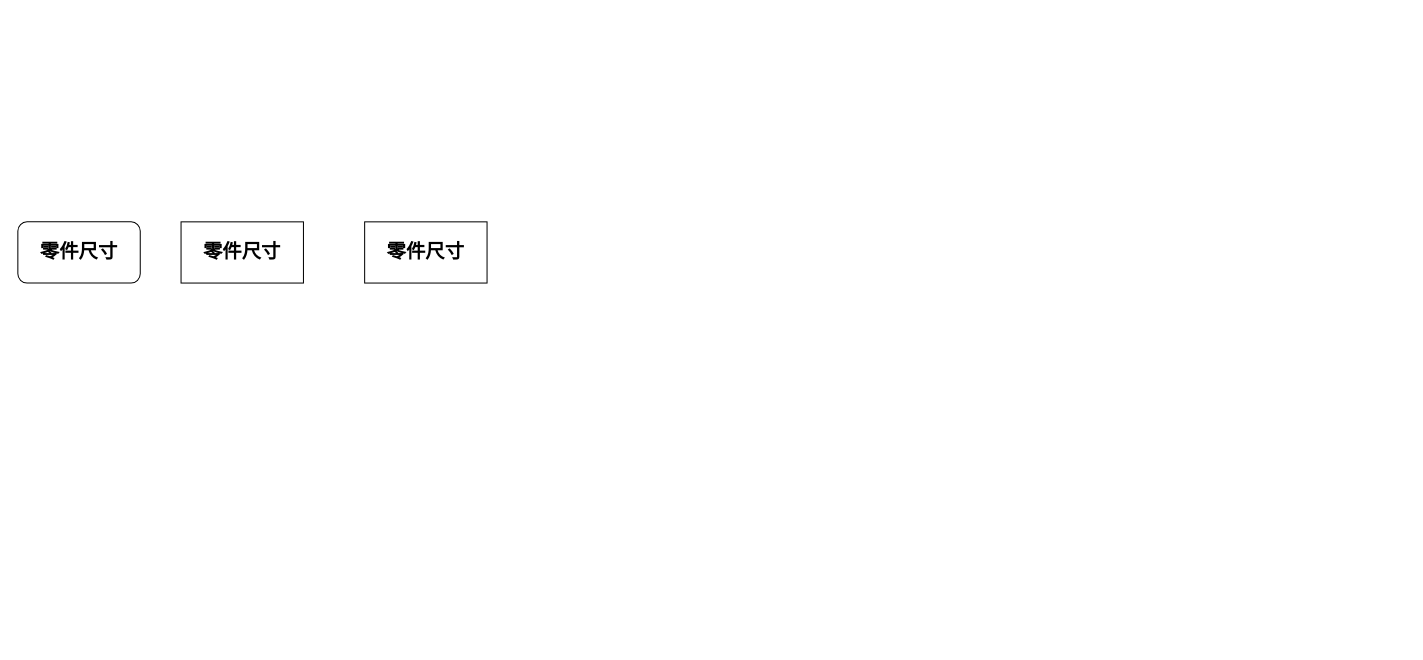
This is page "第 2 页" (2 of 2) of Untitled Diagram.drawio from YJXDL/Diagrams, a draw.io file, before an edit. Source tidied: cells renumbered, new cells numbered last; positions are measured from the earlier drawing's top-left corner, leaving out a move shared by most shapes. Both pictures are drawn from the tidied source at 102%, with x=0, y=0 at pixel (17, 221).
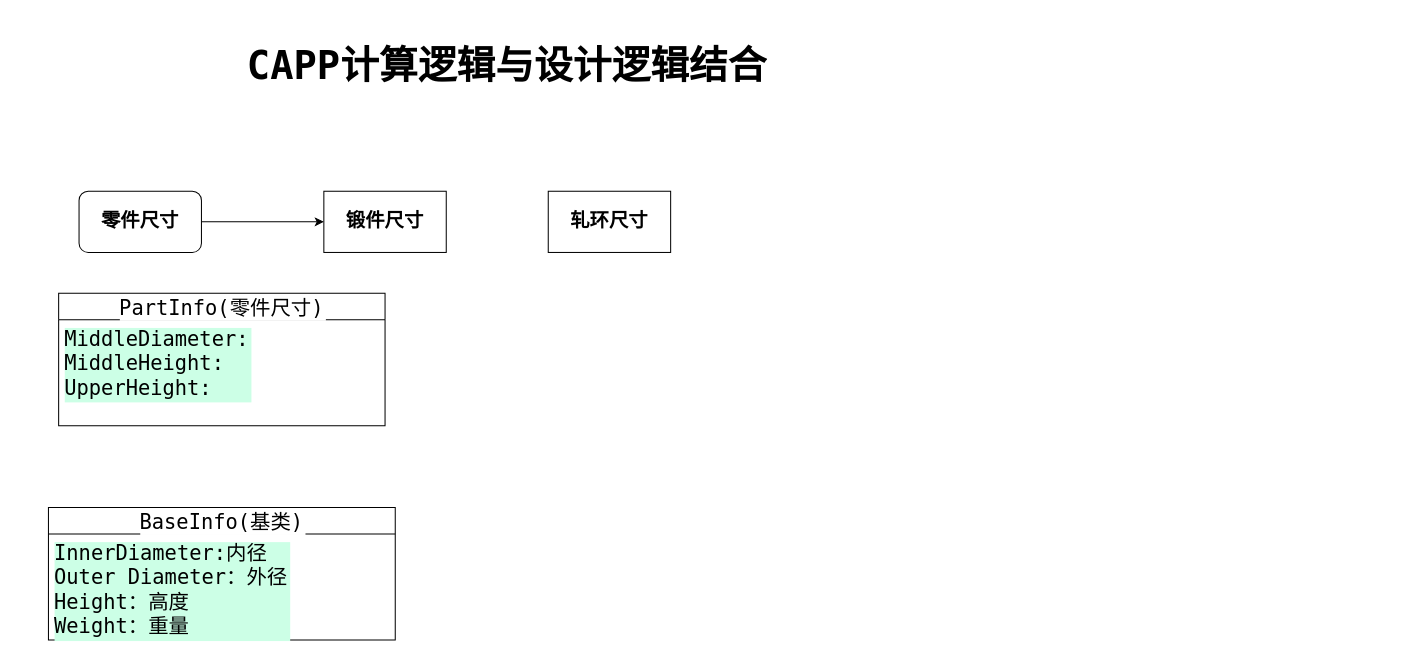
The same diagram, later.

Change to the diagram source:
```diff
@@
 <mxGraphModel>
   <root>
     <mxCell id="0" />
     <mxCell id="1" parent="0" />
+    <mxCell id="5" style="edgeStyle=orthogonalEdgeStyle;rounded=0;jettySize=auto;html=1;exitX=1;exitY=0.5;exitDx=0;exitDy=0;entryX=0;entryY=0.5;entryDx=0;entryDy=0;fontFamily=Lucida Console;fontSize=19;" parent="1" edge="1" source="2" target="4">
+      <mxGeometry relative="1" as="geometry" />
+    </mxCell>
-    <mxCell id="2" value="&lt;font style=&quot;font-size: 19px;&quot;&gt;&lt;b&gt;零件尺寸&lt;/b&gt;&lt;/font&gt;" style="rounded=1;whiteSpace=wrap;html=1;" parent="1" vertex="1">
-      <mxGeometry width="120" height="60" as="geometry" />
+    <mxCell id="2" value="&lt;font style=&quot;font-size: 19px;&quot;&gt;&lt;b&gt;零件尺寸&lt;/b&gt;&lt;/font&gt;" style="rounded=1;whiteSpace=wrap;html=1;fontColor=#000000;" parent="1" vertex="1">
+      <mxGeometry x="60" y="-30" width="120" height="60" as="geometry" />
     </mxCell>
-    <mxCell id="3" value="&lt;font style=&quot;font-size: 19px;&quot;&gt;&lt;b&gt;零件尺寸&lt;/b&gt;&lt;/font&gt;" style="rounded=0;whiteSpace=wrap;html=1;fontFamily=Helvetica;fontSize=12;fontColor=default;align=center;strokeColor=default;fillColor=default;" parent="1" vertex="1">
-      <mxGeometry x="340" width="120" height="60" as="geometry" />
+    <mxCell id="3" value="&lt;span style=&quot;font-size: 19px;&quot;&gt;&lt;b&gt;轧环尺寸&lt;/b&gt;&lt;/span&gt;" style="rounded=0;whiteSpace=wrap;html=1;fontFamily=Helvetica;fontSize=12;fontColor=default;align=center;strokeColor=default;fillColor=default;" parent="1" vertex="1">
+      <mxGeometry x="520" y="-30" width="120" height="60" as="geometry" />
     </mxCell>
-    <mxCell id="4" value="&lt;font style=&quot;font-size: 19px;&quot;&gt;&lt;b&gt;零件尺寸&lt;/b&gt;&lt;/font&gt;" style="rounded=0;whiteSpace=wrap;html=1;fontFamily=Helvetica;fontSize=12;fontColor=default;align=center;strokeColor=default;fillColor=default;" parent="1" vertex="1">
-      <mxGeometry x="160" width="120" height="60" as="geometry" />
+    <mxCell id="4" value="&lt;span style=&quot;font-size: 19px;&quot;&gt;&lt;b&gt;锻件尺寸&lt;/b&gt;&lt;/span&gt;" style="rounded=0;whiteSpace=wrap;html=1;fontFamily=Helvetica;fontSize=12;fontColor=default;align=center;strokeColor=default;fillColor=default;" parent="1" vertex="1">
+      <mxGeometry x="300" y="-30" width="120" height="60" as="geometry" />
     </mxCell>
+    <mxCell id="6" value="&lt;h1&gt;CAPP计算逻辑与设计逻辑结合&lt;/h1&gt;" style="text;html=1;strokeColor=none;fillColor=none;spacing=5;spacingTop=-20;whiteSpace=wrap;overflow=hidden;rounded=0;fontFamily=Lucida Console;fontSize=19;" parent="1" vertex="1">
+      <mxGeometry x="220" y="-190" width="1140" height="120" as="geometry" />
+    </mxCell>
+    <mxCell id="7" value="BaseInfo(基类)" style="swimlane;fontStyle=0;horizontal=1;startSize=26;fillColor=none;labelBackgroundColor=#FFFFFF;fontFamily=Lucida Console;fontSize=20;fontColor=#000000;" parent="1" vertex="1">
+      <mxGeometry x="30" y="280" width="340" height="130" as="geometry" />
+    </mxCell>
+    <mxCell id="8" value="InnerDiameter:内径&#10;Outer Diameter：外径&#10;Height：高度&#10;Weight：重量" style="text;strokeColor=none;fillColor=none;align=left;verticalAlign=top;spacingLeft=4;spacingRight=4;overflow=hidden;labelBackgroundColor=#CCFFE6;fontFamily=Lucida Console;fontSize=20;fontColor=#000000;" parent="7" vertex="1">
+      <mxGeometry y="26" width="340" height="104" as="geometry" />
+    </mxCell>
+    <mxCell id="9" value="PartInfo(零件尺寸)" style="swimlane;fontStyle=0;horizontal=1;startSize=26;fillColor=none;labelBackgroundColor=#FFFFFF;fontFamily=Lucida Console;fontSize=20;fontColor=#000000;" parent="1" vertex="1">
+      <mxGeometry x="40" y="70" width="320" height="130" as="geometry" />
+    </mxCell>
+    <mxCell id="10" value="MiddleDiameter:&#10;MiddleHeight:&#10;UpperHeight:" style="text;strokeColor=none;fillColor=none;align=left;verticalAlign=top;spacingLeft=4;spacingRight=4;overflow=hidden;labelBackgroundColor=#CCFFE6;fontFamily=Lucida Console;fontSize=20;fontColor=#000000;" parent="9" vertex="1">
+      <mxGeometry y="26" width="320" height="104" as="geometry" />
+    </mxCell>
   </root>
 </mxGraphModel>
```
